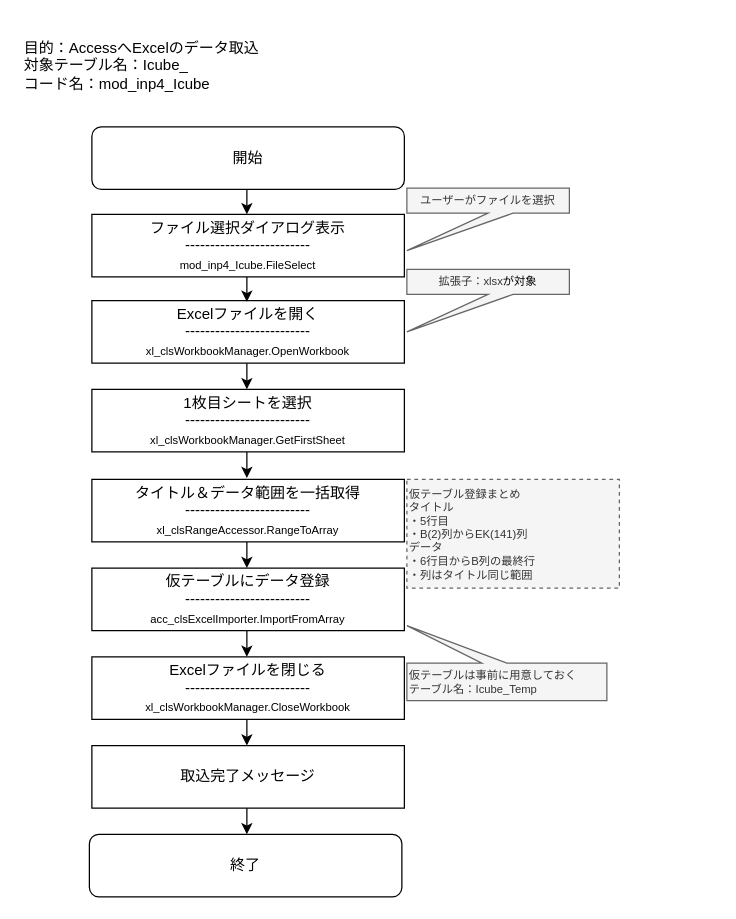
Above: acc_Icube_xlImprt.drawio in EZsystem/draw (draw.io), before the change. Source tidied: cells renumbered, new cells numbered last; positions are measured from the earlier drawing's top-left corner, leaving out a move shared by most shapes. Both pictures are drawn from the tidied source at 125%, with x=0, y=0 at pixel (21, 28).
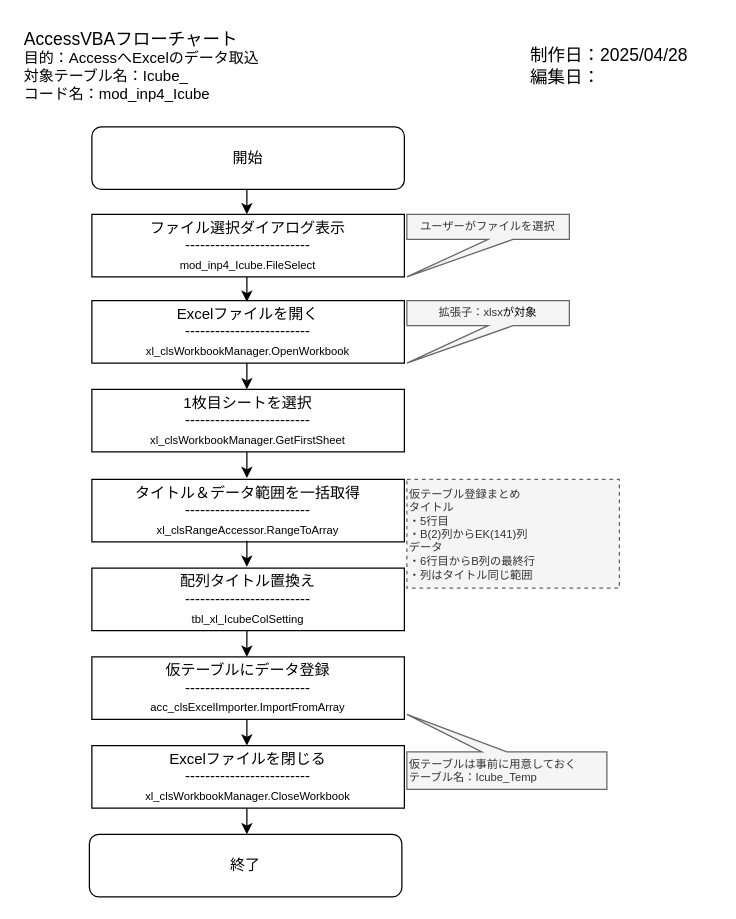
The same page after the edit.

Change to the diagram source:
```diff
@@
     <mxCell id="8" value="&lt;div&gt;仮テーブルにデータ登録&lt;/div&gt;&lt;div&gt;-------------------------&lt;/div&gt;&lt;div&gt;&lt;font style=&quot;font-size: 9px;&quot;&gt;acc_clsExcelImporter.ImportFromArray&lt;/font&gt;&lt;/div&gt;" style="rounded=0;whiteSpace=wrap;html=1;" parent="1" vertex="1">
-      <mxGeometry x="56" y="432" width="250" height="50" as="geometry" />
+      <mxGeometry x="56" y="503" width="250" height="50" as="geometry" />
     </mxCell>
     <mxCell id="9" value="&lt;div&gt;Excelファイルを閉じる&lt;/div&gt;&lt;div&gt;-------------------------&lt;/div&gt;&lt;div&gt;&lt;font style=&quot;font-size: 9px;&quot;&gt;xl_clsWorkbookManager.CloseWorkbook&lt;/font&gt;&lt;/div&gt;" style="rounded=0;whiteSpace=wrap;html=1;" parent="1" vertex="1">
-      <mxGeometry x="56" y="503" width="250" height="50" as="geometry" />
+      <mxGeometry x="56" y="574" width="250" height="50" as="geometry" />
     </mxCell>
-    <mxCell id="10" value="取込完了メッセージ" style="rounded=0;whiteSpace=wrap;html=1;" parent="1" vertex="1">
-      <mxGeometry x="56" y="574" width="250" height="50" as="geometry" />
-    </mxCell>
@@
     <mxCell id="14" style="edgeStyle=orthogonalEdgeStyle;rounded=0;orthogonalLoop=1;jettySize=auto;html=1;" parent="1" edge="1">
       <mxGeometry relative="1" as="geometry">
-        <mxPoint x="180" y="411" as="sourcePoint" />
-        <mxPoint x="180" y="432" as="targetPoint" />
+        <mxPoint x="180" y="482" as="sourcePoint" />
+        <mxPoint x="180" y="503" as="targetPoint" />
       </mxGeometry>
     </mxCell>
     <mxCell id="15" style="edgeStyle=orthogonalEdgeStyle;rounded=0;orthogonalLoop=1;jettySize=auto;html=1;" parent="1" edge="1">
       <mxGeometry relative="1" as="geometry">
-        <mxPoint x="180" y="482" as="sourcePoint" />
-        <mxPoint x="180" y="503" as="targetPoint" />
+        <mxPoint x="180" y="553" as="sourcePoint" />
+        <mxPoint x="180" y="574" as="targetPoint" />
       </mxGeometry>
     </mxCell>
     <mxCell id="16" style="edgeStyle=orthogonalEdgeStyle;rounded=0;orthogonalLoop=1;jettySize=auto;html=1;" parent="1" edge="1">
       <mxGeometry relative="1" as="geometry">
-        <mxPoint x="180" y="553" as="sourcePoint" />
-        <mxPoint x="180" y="574" as="targetPoint" />
+        <mxPoint x="180" y="624" as="sourcePoint" />
+        <mxPoint x="180" y="645" as="targetPoint" />
       </mxGeometry>
     </mxCell>
-    <mxCell id="17" style="edgeStyle=orthogonalEdgeStyle;rounded=0;orthogonalLoop=1;jettySize=auto;html=1;" parent="1" edge="1">
-      <mxGeometry relative="1" as="geometry">
-        <mxPoint x="180" y="624" as="sourcePoint" />
-        <mxPoint x="180" y="645" as="targetPoint" />
-      </mxGeometry>
-    </mxCell>
     <mxCell id="18" value="&lt;font&gt;ユーザーがファイルを選択&lt;/font&gt;" style="shape=callout;whiteSpace=wrap;html=1;perimeter=calloutPerimeter;position2=0;fontSize=9;fillColor=#f5f5f5;fontColor=#333333;strokeColor=#666666;" parent="1" vertex="1">
-      <mxGeometry x="308" y="128" width="130" height="50" as="geometry" />
+      <mxGeometry x="308" y="149" width="130" height="50" as="geometry" />
     </mxCell>
     <mxCell id="19" value="&lt;font&gt;拡張子：xlsx&lt;/font&gt;&lt;span style=&quot;background-color: transparent; color: light-dark(rgb(0, 0, 0), rgb(255, 255, 255));&quot;&gt;が対象&lt;/span&gt;" style="shape=callout;whiteSpace=wrap;html=1;perimeter=calloutPerimeter;position2=0;fillColor=#f5f5f5;strokeColor=#666666;fontColor=#333333;fontSize=9;" parent="1" vertex="1">
-      <mxGeometry x="308" y="193" width="130" height="50" as="geometry" />
+      <mxGeometry x="308" y="218" width="130" height="50" as="geometry" />
     </mxCell>
@@
     <mxCell id="21" value="&lt;span&gt;仮テーブルは事前に用意しておく&lt;/span&gt;&lt;div&gt;&lt;span&gt;テーブル名：Icube_Temp&lt;/span&gt;&lt;/div&gt;" style="shape=callout;whiteSpace=wrap;html=1;perimeter=calloutPerimeter;position2=1;fillColor=#f5f5f5;strokeColor=#666666;direction=west;fontColor=#333333;fontSize=9;align=left;" parent="1" vertex="1">
-      <mxGeometry x="308" y="478" width="160" height="60" as="geometry" />
+      <mxGeometry x="308" y="549" width="160" height="60" as="geometry" />
     </mxCell>
-    <mxCell id="22" value="目的：AccessへExcelのデータ取込&lt;div&gt;対象テーブル名：Icube_&lt;/div&gt;&lt;div&gt;コード名：mod_inp4_Icube&lt;/div&gt;" style="text;html=1;align=left;verticalAlign=middle;strokeColor=none;fillColor=none;" parent="1" vertex="1">
-      <mxGeometry width="210" height="60" as="geometry" />
+    <mxCell id="22" value="&lt;div&gt;&lt;font style=&quot;font-size: 14px;&quot;&gt;AccessVBAフローチャート&lt;/font&gt;&lt;/div&gt;目的：AccessへExcelのデータ取込&lt;div&gt;対象テーブル名：Icube_&lt;/div&gt;&lt;div&gt;コード名：mod_inp4_Icube&lt;/div&gt;" style="text;html=1;align=left;verticalAlign=middle;strokeColor=none;fillColor=none;" parent="1" vertex="1">
+      <mxGeometry y="-5" width="210" height="70" as="geometry" />
     </mxCell>
@@
+    <mxCell id="24" value="&lt;div&gt;&lt;span style=&quot;font-size: 14px;&quot;&gt;制作日：2025/04/28&lt;/span&gt;&lt;/div&gt;&lt;div&gt;&lt;span style=&quot;font-size: 14px;&quot;&gt;編集日：&lt;/span&gt;&lt;/div&gt;" style="text;html=1;align=left;verticalAlign=middle;strokeColor=none;fillColor=none;" parent="1" vertex="1">
+      <mxGeometry x="405" y="5" width="150" height="50" as="geometry" />
+    </mxCell>
+    <mxCell id="25" value="&lt;div&gt;配列タイトル置換え&lt;/div&gt;&lt;div&gt;-------------------------&lt;/div&gt;&lt;div&gt;&lt;font style=&quot;font-size: 9px;&quot;&gt;tbl_xl_IcubeColSetting&lt;/font&gt;&lt;/div&gt;" style="rounded=0;whiteSpace=wrap;html=1;" parent="1" vertex="1">
+      <mxGeometry x="56" y="432" width="250" height="50" as="geometry" />
+    </mxCell>
+    <mxCell id="26" style="edgeStyle=orthogonalEdgeStyle;rounded=0;orthogonalLoop=1;jettySize=auto;html=1;" parent="1" edge="1">
+      <mxGeometry relative="1" as="geometry">
+        <mxPoint x="180" y="410" as="sourcePoint" />
+        <mxPoint x="180" y="431" as="targetPoint" />
+      </mxGeometry>
+    </mxCell>
```
